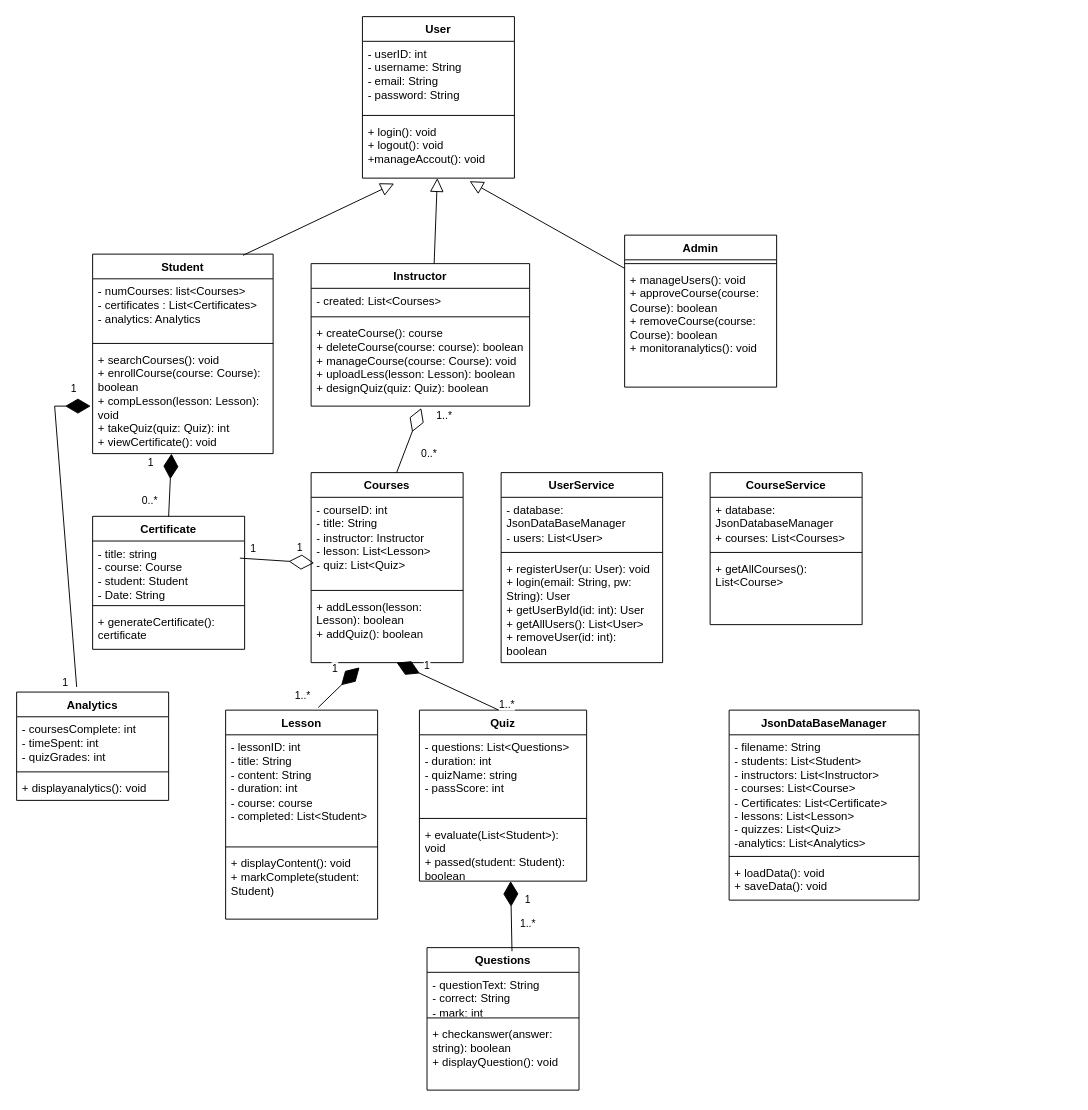
Before: Untitled Diagram.drawio in adhambasha1155/Uml, a draw.io diagram. Source tidied: cells renumbered, new cells numbered last; positions are measured from the earlier drawing's top-left corner, leaving out a move shared by most shapes. Both pictures are drawn from the tidied source at 95%, with x=0, y=0 at pixel (16, 16).
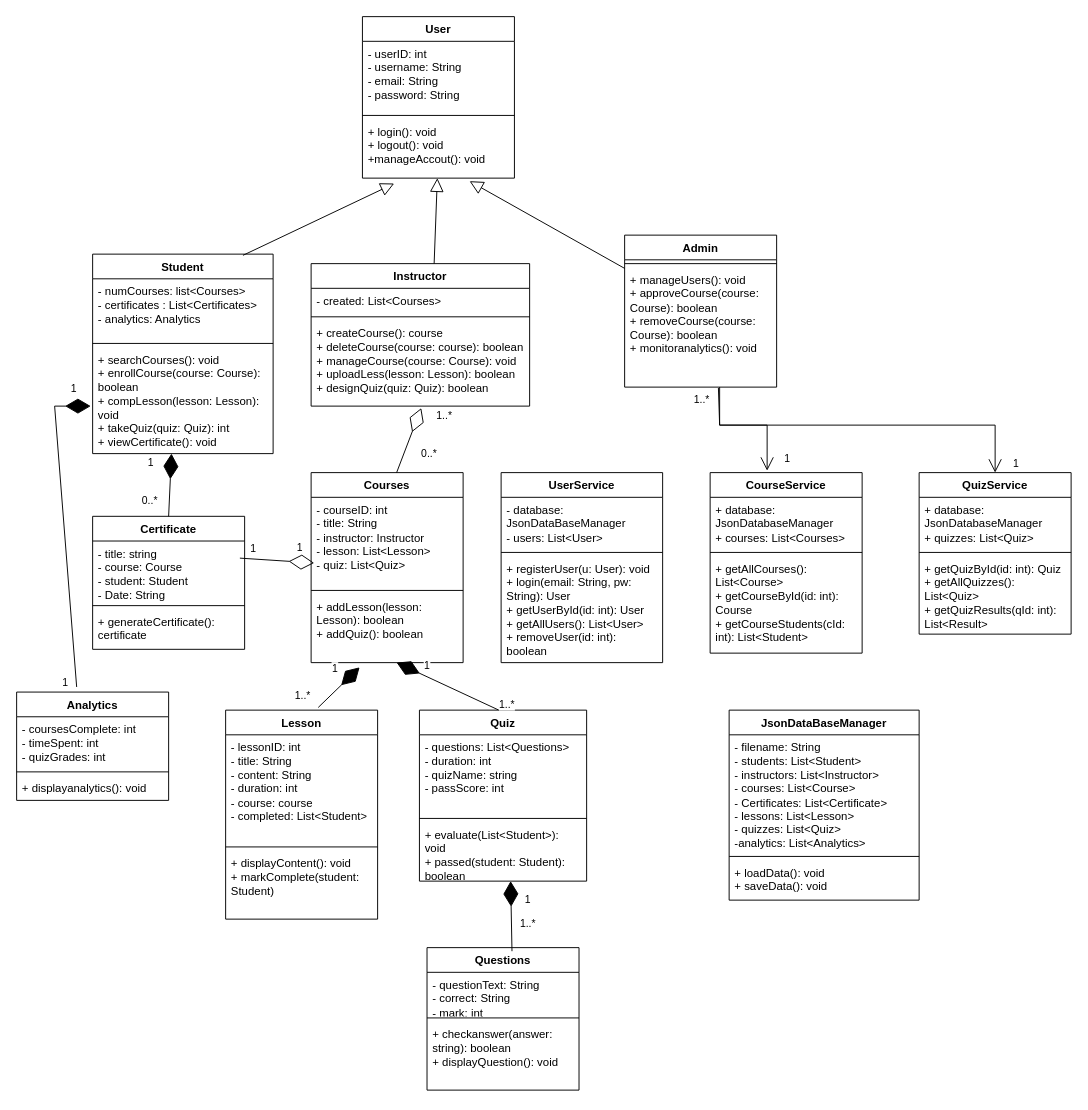
Above is the later version.

Commit message:
Update service classes

The change refers to these unchanged cells:
```xml
<mxCell id="15" value="+ manageUsers(): void&lt;div&gt;+ approveCourse(course: Course): boolean&lt;/div&gt;&lt;div&gt;+ removeCourse(course: Course): boolean&lt;/div&gt;&lt;div&gt;+ monitoranalytics(): void&lt;/div&gt;" style="text;strokeColor=none;fillColor=none;align=left;verticalAlign=top;spacingLeft=4;spacingRight=4;overflow=hidden;points=[[0,0.5],[1,0.5]];portConstraint=eastwest;whiteSpace=wrap;html=1;" parent="13" vertex="1">
  <mxGeometry y="34" width="160" height="126" as="geometry" />
</mxCell>
```

What changed in the source:
```diff
@@
     <mxCell id="73" value="CourseService" style="swimlane;fontStyle=1;align=center;verticalAlign=top;horizontal=1;startSize=26;whiteSpace=wrap;html=1;" parent="1" vertex="1">
-      <mxGeometry x="730" y="480" width="160" height="160" as="geometry" />
+      <mxGeometry x="730" y="480" width="160" height="190" as="geometry" />
     </mxCell>
@@
-    <mxCell id="76" value="+&amp;nbsp;getAllCourses(): List&amp;lt;Course&amp;gt;" style="text;strokeColor=none;fillColor=none;align=left;verticalAlign=top;spacingLeft=4;spacingRight=4;overflow=hidden;whiteSpace=wrap;html=1;" parent="73" vertex="1">
-      <mxGeometry y="88" width="160" height="72" as="geometry" />
+    <mxCell id="76" value="+&amp;nbsp;getAllCourses(): List&amp;lt;Course&amp;gt;&lt;div&gt;+ getCourseById(id: int): Course&amp;nbsp; &amp;nbsp; &amp;nbsp;&amp;nbsp;&lt;/div&gt;&lt;div&gt;+ getCourseStudents(cId: int): List&amp;lt;Student&amp;gt;&amp;nbsp;&lt;/div&gt;" style="text;strokeColor=none;fillColor=none;align=left;verticalAlign=top;spacingLeft=4;spacingRight=4;overflow=hidden;whiteSpace=wrap;html=1;" parent="73" vertex="1">
+      <mxGeometry y="88" width="160" height="102" as="geometry" />
     </mxCell>
+    <mxCell id="77" value="QuizService" style="swimlane;fontStyle=1;align=center;verticalAlign=top;horizontal=1;startSize=26;whiteSpace=wrap;html=1;" parent="1" vertex="1">
+      <mxGeometry x="950" y="480" width="160" height="170" as="geometry" />
+    </mxCell>
+    <mxCell id="78" value="+ database: JsonDatabaseManager&lt;div&gt;+ quizzes: List&amp;lt;Quiz&amp;gt;&lt;/div&gt;" style="text;strokeColor=none;fillColor=none;align=left;verticalAlign=top;spacingLeft=4;spacingRight=4;overflow=hidden;whiteSpace=wrap;html=1;" parent="77" vertex="1">
+      <mxGeometry y="26" width="160" height="54" as="geometry" />
+    </mxCell>
+    <mxCell id="79" style="line;strokeWidth=1;fillColor=none;align=left;verticalAlign=middle;spacingTop=-1;spacingLeft=3;spacingRight=3;labelPosition=right;strokeColor=inherit;" parent="77" vertex="1">
+      <mxGeometry y="80" width="160" height="8" as="geometry" />
+    </mxCell>
+    <mxCell id="80" value="+ getQuizById(id: int): Quiz&amp;nbsp;&lt;div&gt;+ getAllQuizzes(): List&amp;lt;Quiz&amp;gt;&amp;nbsp;&lt;/div&gt;&lt;div&gt;+ getQuizResults(qId: int): List&amp;lt;Result&amp;gt;&lt;/div&gt;" style="text;strokeColor=none;fillColor=none;align=left;verticalAlign=top;spacingLeft=4;spacingRight=4;overflow=hidden;whiteSpace=wrap;html=1;" parent="77" vertex="1">
+      <mxGeometry y="88" width="160" height="82" as="geometry" />
+    </mxCell>
+    <mxCell id="81" style="endArrow=open;endFill=1;endSize=12;html=1;rounded=0;entryX=0.5;entryY=0;entryDx=0;entryDy=0;" parent="1" edge="1" target="77">
+      <mxGeometry relative="1" as="geometry">
+        <mxPoint x="740" y="390" as="sourcePoint" />
+        <Array as="points">
+          <mxPoint x="740" y="430" />
+          <mxPoint x="1030" y="430" />
+        </Array>
+      </mxGeometry>
+    </mxCell>
+    <mxCell id="82" value="1" style="edgeLabel;html=1;align=center;verticalAlign=middle;" parent="81" vertex="1">
+      <mxGeometry x="0.37" y="7" relative="1" as="geometry">
+        <mxPoint x="91" y="47" as="offset" />
+      </mxGeometry>
+    </mxCell>
+    <mxCell id="83" style="endArrow=open;endFill=1;endSize=12;html=1;rounded=0;exitX=0.617;exitY=1.007;exitDx=0;exitDy=0;exitPerimeter=0;" parent="1" edge="1" source="15">
+      <mxGeometry relative="1" as="geometry">
+        <mxPoint x="790" y="478" as="targetPoint" />
+        <Array as="points">
+          <mxPoint x="740" y="430" />
+          <mxPoint x="790" y="430" />
+        </Array>
+      </mxGeometry>
+    </mxCell>
+    <mxCell id="84" value="1..*" style="edgeLabel;html=1;align=center;verticalAlign=middle;" parent="83" vertex="1">
+      <mxGeometry x="-0.83" y="-1" relative="1" as="geometry">
+        <mxPoint x="-18" as="offset" />
+      </mxGeometry>
+    </mxCell>
+    <mxCell id="85" value="1" style="edgeLabel;html=1;align=center;verticalAlign=middle;" parent="83" vertex="1">
+      <mxGeometry x="0.81" y="-1" relative="1" as="geometry">
+        <mxPoint x="21" as="offset" />
+      </mxGeometry>
+    </mxCell>
```
